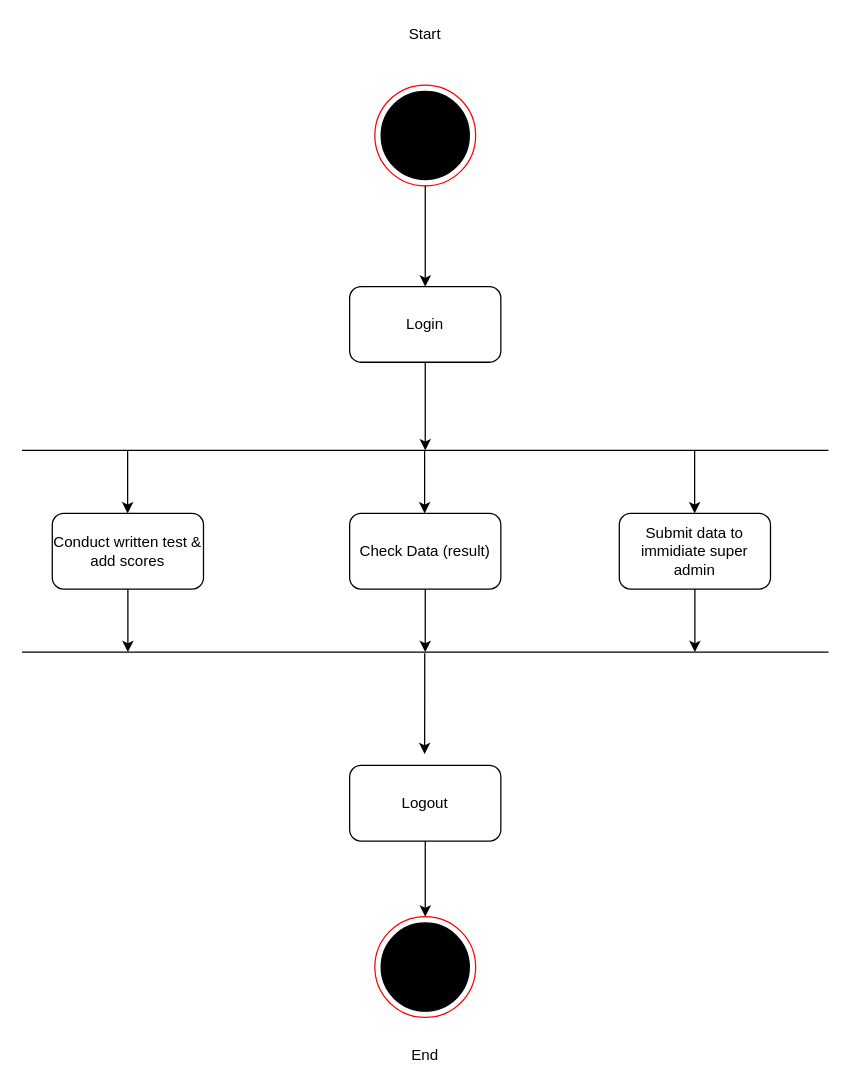
Before: Documentation/Diagrams/Raw/Activity/Activity_City_Written.drawio in phoenix-295/Police_Bharti, a draw.io diagram. Source tidied: cells renumbered, new cells numbered last; positions are measured from the earlier drawing's top-left corner, leaving out a move shared by most shapes. Both pictures are drawn from the tidied source at 126%, with x=0, y=0 at pixel (21, 21).
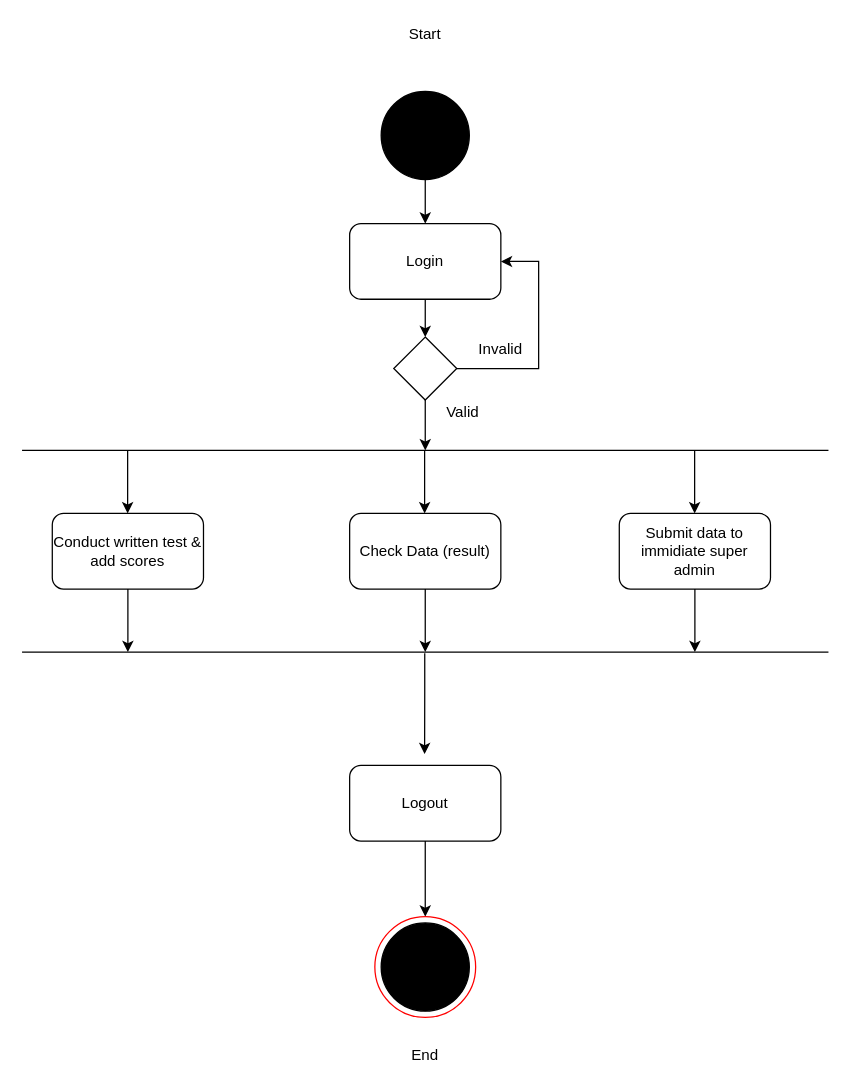
Above is the later version.

Unchanged cells that the change refers to:
```xml
<mxCell id="2" style="group;" parent="1" vertex="1">
  <mxGeometry x="280" y="50" width="80" height="80" as="geometry" />
</mxCell>
<mxCell id="4" style="ellipse;whiteSpace=wrap;html=1;fillColor=#000000;" parent="2" vertex="1">
  <mxGeometry x="5" y="5" width="70" height="70" as="geometry" />
</mxCell>
```

Diff of the diagram source:
```diff
@@
-    <mxCell id="3" style="ellipse;whiteSpace=wrap;html=1;strokeColor=#FF0000;" parent="2" vertex="1">
-      <mxGeometry width="80" height="80" as="geometry" />
-    </mxCell>
@@
-    <mxCell id="6" style="edgeStyle=orthogonalEdgeStyle;rounded=0;jettySize=auto;html=1;exitX=0.5;exitY=1;exitDx=0;exitDy=0;" parent="1" edge="1" source="7">
+    <mxCell id="6" style="edgeStyle=orthogonalEdgeStyle;rounded=0;jettySize=auto;html=1;exitX=0.5;exitY=1;exitDx=0;exitDy=0;" parent="1" edge="1" source="28">
       <mxGeometry relative="1" as="geometry">
         <mxPoint x="320" y="340" as="targetPoint" />
       </mxGeometry>
     </mxCell>
     <mxCell id="7" value="Login" style="rounded=1;whiteSpace=wrap;html=1;" parent="1" vertex="1">
-      <mxGeometry x="260" y="210" width="120" height="60" as="geometry" />
+      <mxGeometry x="260" y="160" width="120" height="60" as="geometry" />
     </mxCell>
@@
-    <mxCell id="26" style="edgeStyle=orthogonalEdgeStyle;rounded=0;jettySize=auto;html=1;exitX=0.5;exitY=1;exitDx=0;exitDy=0;entryX=0.5;entryY=0;entryDx=0;entryDy=0;" parent="1" edge="1" source="3" target="7">
+    <mxCell id="26" style="edgeStyle=orthogonalEdgeStyle;rounded=0;jettySize=auto;html=1;exitX=0.5;exitY=1;exitDx=0;exitDy=0;entryX=0.5;entryY=0;entryDx=0;entryDy=0;" parent="1" edge="1" source="4" target="7">
       <mxGeometry relative="1" as="geometry" />
     </mxCell>
+    <mxCell id="27" style="edgeStyle=orthogonalEdgeStyle;rounded=0;jettySize=auto;html=1;exitX=1;exitY=0.5;exitDx=0;exitDy=0;entryX=1;entryY=0.5;entryDx=0;entryDy=0;" parent="1" edge="1" source="28" target="7">
+      <mxGeometry relative="1" as="geometry">
+        <Array as="points">
+          <mxPoint x="410" y="275" />
+          <mxPoint x="410" y="190" />
+        </Array>
+      </mxGeometry>
+    </mxCell>
+    <mxCell id="28" style="rhombus;whiteSpace=wrap;html=1;" parent="1" vertex="1">
+      <mxGeometry x="295" y="250" width="50" height="50" as="geometry" />
+    </mxCell>
+    <mxCell id="29" style="edgeStyle=orthogonalEdgeStyle;rounded=0;jettySize=auto;html=1;exitX=0.5;exitY=1;exitDx=0;exitDy=0;" parent="1" edge="1" source="7" target="28">
+      <mxGeometry relative="1" as="geometry" />
+    </mxCell>
+    <mxCell id="30" value="Invalid" style="text;html=1;strokeColor=none;fillColor=none;align=center;verticalAlign=middle;whiteSpace=wrap;rounded=0;" parent="1" vertex="1">
+      <mxGeometry x="360" y="250" width="40" height="20" as="geometry" />
+    </mxCell>
+    <mxCell id="31" value="Valid" style="text;html=1;strokeColor=none;fillColor=none;align=center;verticalAlign=middle;whiteSpace=wrap;rounded=0;" parent="1" vertex="1">
+      <mxGeometry x="330" y="300" width="40" height="20" as="geometry" />
+    </mxCell>
```
